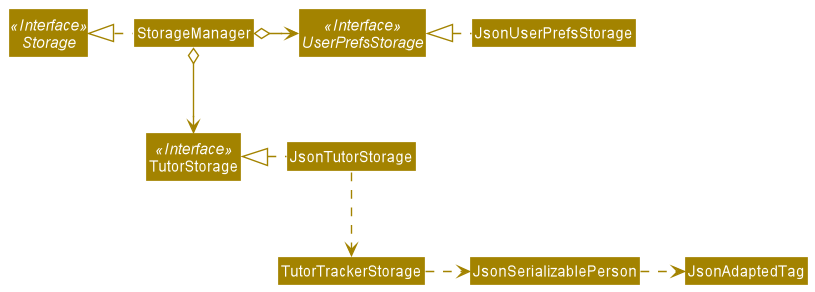
The PlantUML diagram docs/images/StorageClassDiagram.png in nus-cs2103-AY2021S2/tp, before a commit.
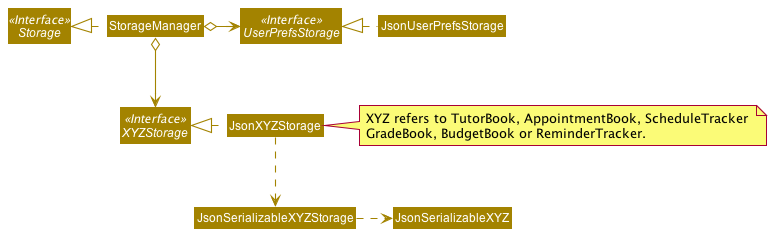
The same diagram one commit later.

Diff of the diagram source:
```diff
@@ -6,19 +6,21 @@
 
 Interface Storage <<Interface>>
 Interface UserPrefsStorage <<Interface>>
-Interface TutorStorage <<Interface>>
+Interface XYZStorage <<Interface>>
 
 Class StorageManager
 Class JsonUserPrefsStorage
-Class TutorStorage
+Class JsonXYZStorage
 
 StorageManager .left.|> Storage
 StorageManager o-right-> UserPrefsStorage
-StorageManager o--> TutorStorage
+StorageManager o--> XYZStorage
 
 JsonUserPrefsStorage .left.|> UserPrefsStorage
-JsonTutorStorage .left.|> TutorStorage
-JsonTutorStorage .down.> TutorTrackerStorage
-TutorTrackerStorage .right.> JsonSerializablePerson
-JsonSerializablePerson .right.> JsonAdaptedTag
+JsonXYZStorage .left.|> XYZStorage
+JsonXYZStorage .down.> JsonSerializableXYZStorage
+JsonSerializableXYZStorage .right.> JsonSerializableXYZ
+
+
+note right of JsonXYZStorage : XYZ refers to TutorBook, AppointmentBook, ScheduleTracker \nGradeBook, BudgetBook or ReminderTracker.
 @enduml
```
